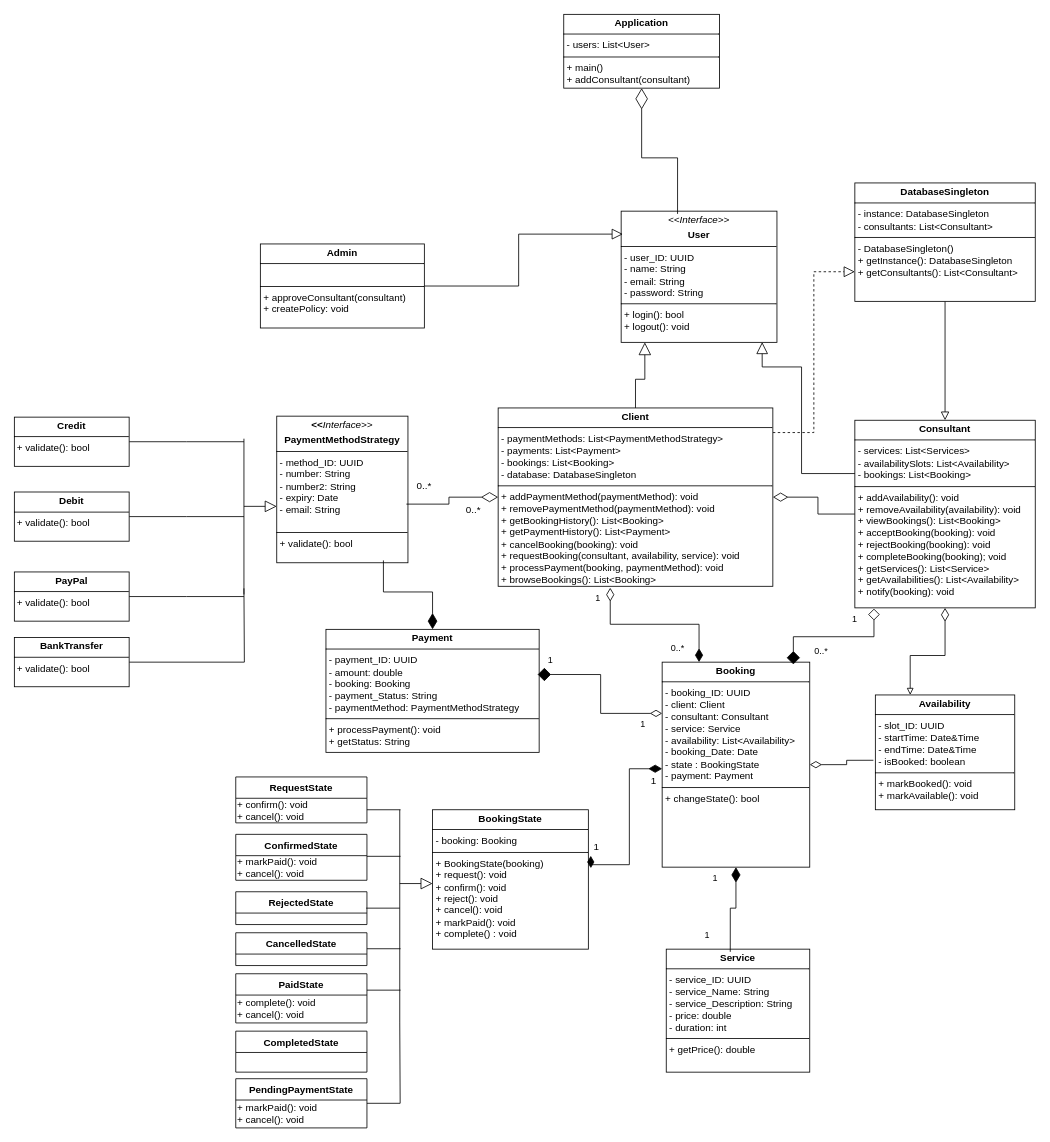
Above: UML Diagrams/Class Diagrams/Class_Diagram_src.drawio.xml in yamintayyar/eecs3311-project (draw.io), before the change. Source tidied: cells renumbered, new cells numbered last; positions are measured from the earlier drawing's top-left corner, leaving out a move shared by most shapes. Both pictures are drawn from the tidied source at 82%, with x=0, y=0 at pixel (14, 14).
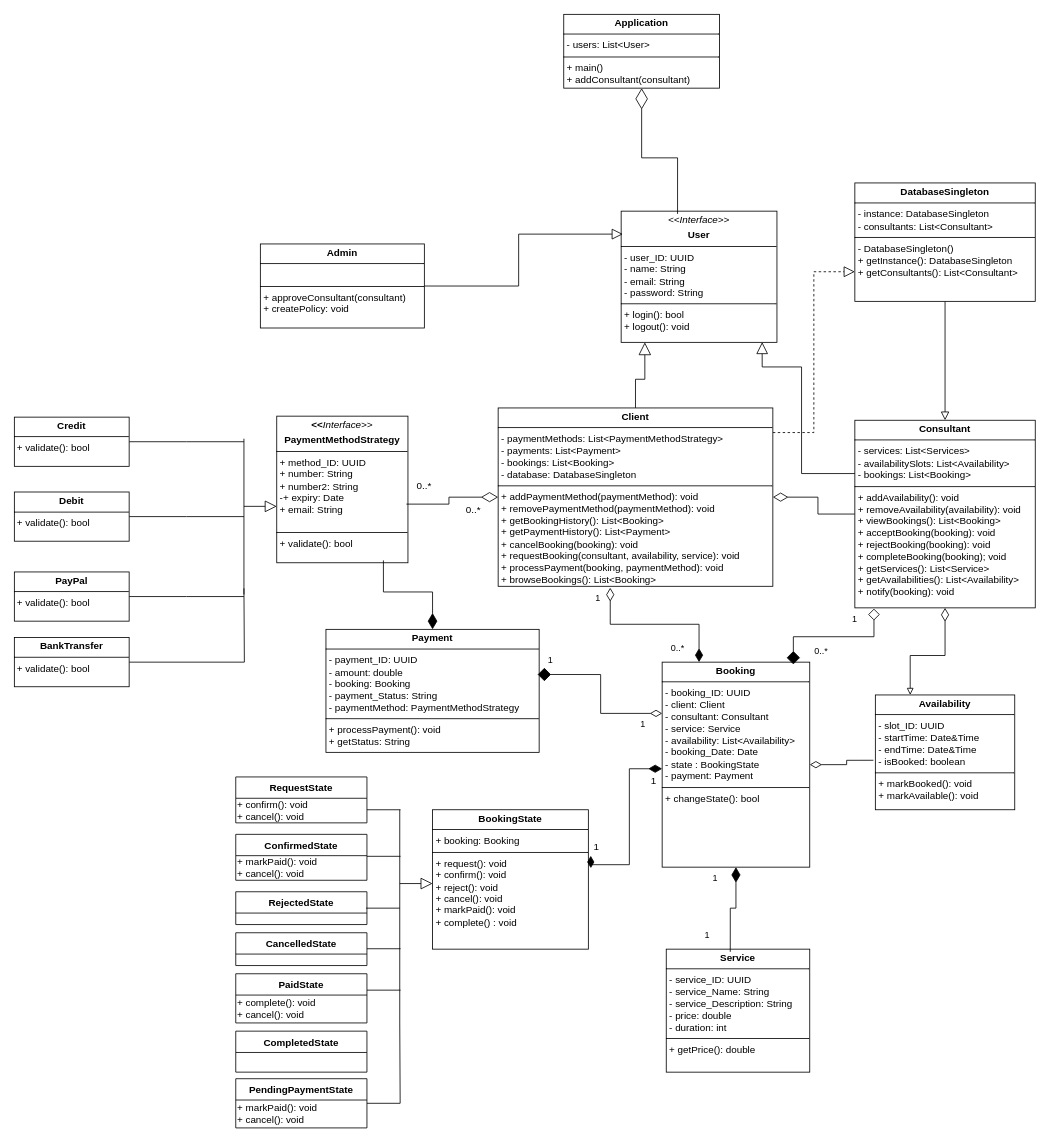
After the change.

Commit message:
Fixed inconsistencies with interfaces and private fields

Change to the diagram source:
```diff
@@
-    <mxCell id="26" value="&lt;p style=&quot;margin:0px;margin-top:4px;text-align:center;&quot;&gt;&lt;b&gt;&amp;lt;&amp;lt;&lt;/b&gt;&lt;i&gt;Interface&amp;gt;&amp;gt;&lt;/i&gt;&lt;/p&gt;&lt;p style=&quot;margin:0px;margin-top:4px;text-align:center;&quot;&gt;&lt;b&gt;PaymentMethodStrategy&lt;/b&gt;&lt;/p&gt;&lt;hr size=&quot;1&quot; style=&quot;border-style:solid;&quot;&gt;&lt;p style=&quot;margin:0px;margin-left:4px;&quot;&gt;- method_ID: UUID&lt;/p&gt;&lt;p style=&quot;margin:0px;margin-left:4px;&quot;&gt;- number: String&lt;/p&gt;&lt;p style=&quot;margin:0px;margin-left:4px;&quot;&gt;- number2: String&lt;/p&gt;&lt;p style=&quot;margin:0px;margin-left:4px;&quot;&gt;- expiry: Date&lt;/p&gt;&lt;p style=&quot;margin:0px;margin-left:4px;&quot;&gt;- email: String&lt;/p&gt;&lt;p style=&quot;margin:0px;margin-left:4px;&quot;&gt;&lt;br&gt;&lt;/p&gt;&lt;hr size=&quot;1&quot; style=&quot;border-style:solid;&quot;&gt;&lt;p style=&quot;margin:0px;margin-left:4px;&quot;&gt;+ validate(): bool&lt;/p&gt;" style="verticalAlign=top;align=left;overflow=fill;html=1;whiteSpace=wrap;" parent="1" vertex="1">
+    <mxCell id="26" value="&lt;p style=&quot;margin:0px;margin-top:4px;text-align:center;&quot;&gt;&lt;b&gt;&amp;lt;&amp;lt;&lt;/b&gt;&lt;i&gt;Interface&amp;gt;&amp;gt;&lt;/i&gt;&lt;/p&gt;&lt;p style=&quot;margin:0px;margin-top:4px;text-align:center;&quot;&gt;&lt;b&gt;PaymentMethodStrategy&lt;/b&gt;&lt;/p&gt;&lt;hr size=&quot;1&quot; style=&quot;border-style:solid;&quot;&gt;&lt;p style=&quot;margin:0px;margin-left:4px;&quot;&gt;+ method_ID: UUID&lt;/p&gt;&lt;p style=&quot;margin:0px;margin-left:4px;&quot;&gt;+ number: String&lt;/p&gt;&lt;p style=&quot;margin:0px;margin-left:4px;&quot;&gt;+ number2: String&lt;/p&gt;&lt;p style=&quot;margin:0px;margin-left:4px;&quot;&gt;-+ expiry: Date&lt;/p&gt;&lt;p style=&quot;margin:0px;margin-left:4px;&quot;&gt;+ email: String&lt;/p&gt;&lt;p style=&quot;margin:0px;margin-left:4px;&quot;&gt;&lt;br&gt;&lt;/p&gt;&lt;hr size=&quot;1&quot; style=&quot;border-style:solid;&quot;&gt;&lt;p style=&quot;margin:0px;margin-left:4px;&quot;&gt;+ validate(): bool&lt;/p&gt;" style="verticalAlign=top;align=left;overflow=fill;html=1;whiteSpace=wrap;" parent="1" vertex="1">
       <mxGeometry x="320" y="490" width="160" height="178.8" as="geometry" />
     </mxCell>
@@
-    <mxCell id="35" value="&lt;p style=&quot;margin:0px;margin-top:4px;text-align:center;&quot;&gt;&lt;b&gt;BookingState&lt;/b&gt;&lt;/p&gt;&lt;hr size=&quot;1&quot; style=&quot;border-style:solid;&quot;&gt;&lt;p style=&quot;margin:0px;margin-left:4px;&quot;&gt;- booking: Booking&lt;/p&gt;&lt;hr size=&quot;1&quot; style=&quot;border-style:solid;&quot;&gt;&lt;p style=&quot;margin:0px;margin-left:4px;&quot;&gt;+ BookingState(booking)&lt;/p&gt;&lt;p style=&quot;margin:0px;margin-left:4px;&quot;&gt;+ request(): void&lt;br&gt;+ confirm(): void&lt;/p&gt;&lt;p style=&quot;margin:0px;margin-left:4px;&quot;&gt;+ reject(): void&lt;/p&gt;&lt;p style=&quot;margin:0px;margin-left:4px;&quot;&gt;+ cancel(): void&lt;/p&gt;&lt;p style=&quot;margin:0px;margin-left:4px;&quot;&gt;+ markPaid(): void&lt;/p&gt;&lt;p style=&quot;margin:0px;margin-left:4px;&quot;&gt;+ complete() : void&lt;/p&gt;" style="verticalAlign=top;align=left;overflow=fill;html=1;whiteSpace=wrap;" parent="1" vertex="1">
+    <mxCell id="35" value="&lt;p style=&quot;margin:0px;margin-top:4px;text-align:center;&quot;&gt;&lt;b&gt;BookingState&lt;/b&gt;&lt;/p&gt;&lt;hr size=&quot;1&quot; style=&quot;border-style:solid;&quot;&gt;&lt;p style=&quot;margin:0px;margin-left:4px;&quot;&gt;+ booking: Booking&lt;/p&gt;&lt;hr size=&quot;1&quot; style=&quot;border-style:solid;&quot;&gt;&lt;p style=&quot;margin:0px;margin-left:4px;&quot;&gt;&lt;span style=&quot;background-color: transparent; color: light-dark(rgb(0, 0, 0), rgb(255, 255, 255));&quot;&gt;+ request(): void&lt;/span&gt;&lt;/p&gt;&lt;p style=&quot;margin:0px;margin-left:4px;&quot;&gt;+ confirm(): void&lt;/p&gt;&lt;p style=&quot;margin:0px;margin-left:4px;&quot;&gt;+ reject(): void&lt;/p&gt;&lt;p style=&quot;margin:0px;margin-left:4px;&quot;&gt;+ cancel(): void&lt;/p&gt;&lt;p style=&quot;margin:0px;margin-left:4px;&quot;&gt;+ markPaid(): void&lt;/p&gt;&lt;p style=&quot;margin:0px;margin-left:4px;&quot;&gt;+ complete() : void&lt;/p&gt;" style="verticalAlign=top;align=left;overflow=fill;html=1;whiteSpace=wrap;" parent="1" vertex="1">
       <mxGeometry x="510" y="970" width="190" height="170" as="geometry" />
     </mxCell>
```
